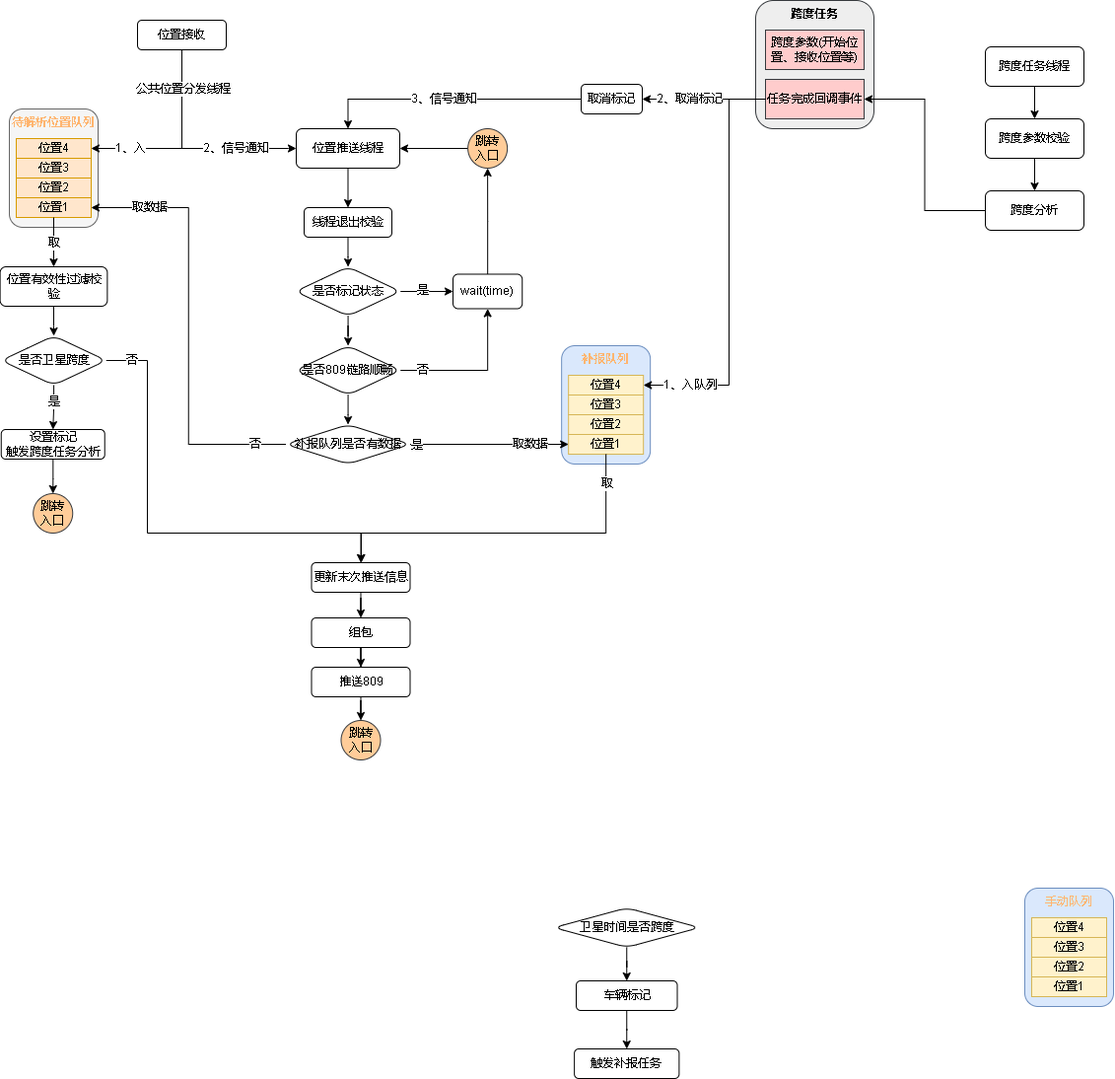
Above: 809数据跨度.drawio.png in xktder/draw (draw.io), before the change. Source tidied: cells renumbered, new cells last; positions are measured from the earlier drawing's top-left corner, leaving out a move shared by most shapes.
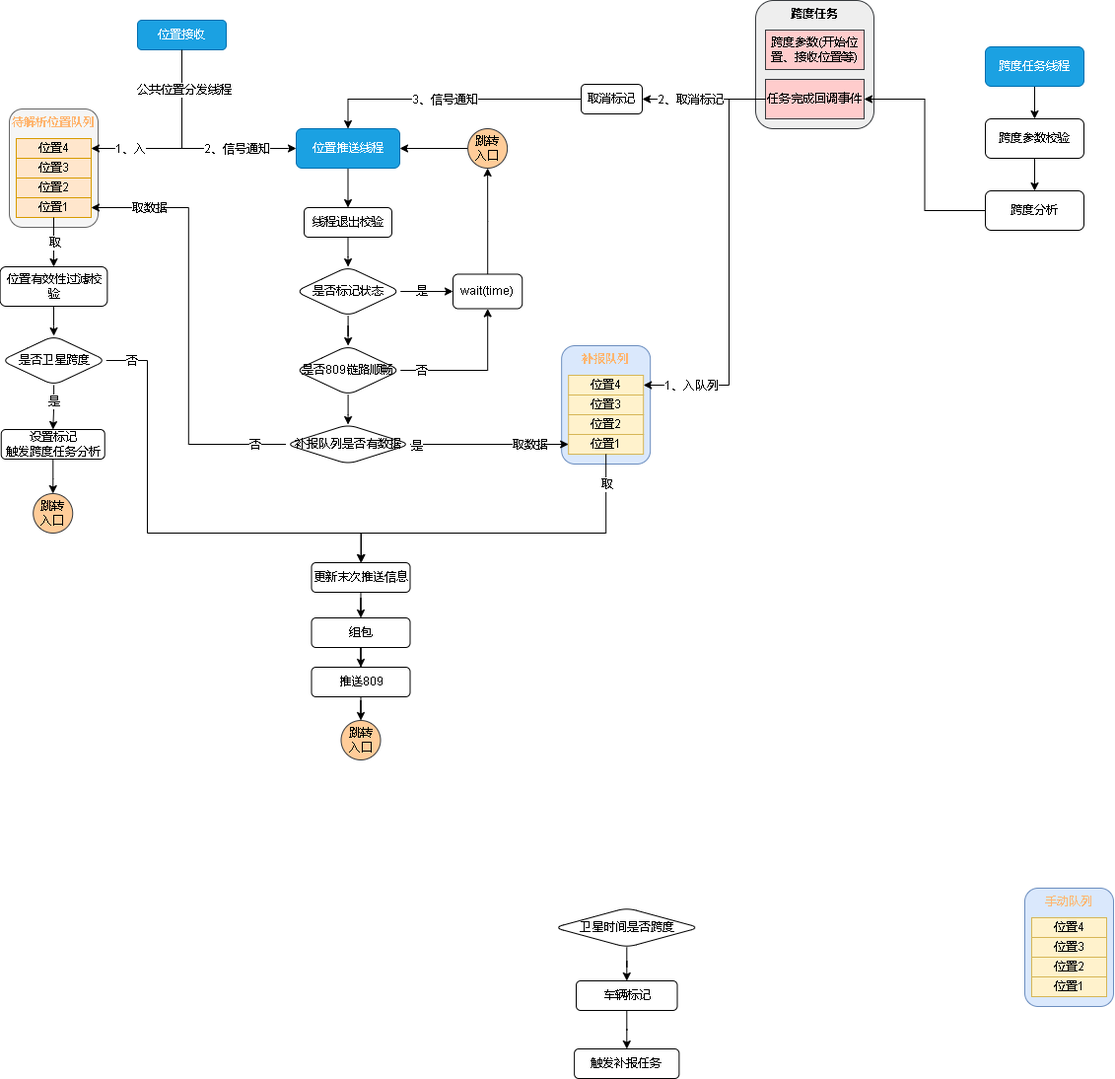
The same diagram one commit later.

Commit message:
更新809数据跨度.drawio.png

The edit, as a diff of the source:
```diff
@@ -15,7 +15,7 @@
         <mxPoint x="-25" as="offset" />
       </mxGeometry>
     </mxCell>
-    <mxCell id="4" value="位置接收" style="rounded=1;whiteSpace=wrap;html=1;" parent="1" vertex="1">
+    <mxCell id="4" value="位置接收" style="rounded=1;whiteSpace=wrap;html=1;fillColor=#1ba1e2;fontColor=#ffffff;strokeColor=#006EAF;" parent="1" vertex="1">
       <mxGeometry x="139" y="20" width="90" height="30" as="geometry" />
     </mxCell>
     <mxCell id="5" style="edgeStyle=orthogonalEdgeStyle;rounded=0;jettySize=auto;html=1;" parent="1" edge="1" source="6" target="8">
@@ -99,7 +99,7 @@
     <mxCell id="29" style="edgeStyle=orthogonalEdgeStyle;rounded=0;jettySize=auto;html=1;entryX=0.5;entryY=0;entryDx=0;entryDy=0;fontColor=#000000;" parent="1" edge="1" source="30" target="38">
       <mxGeometry relative="1" as="geometry" />
     </mxCell>
-    <mxCell id="30" value="位置推送线程" style="rounded=1;whiteSpace=wrap;html=1;fontColor=#000000;" parent="1" vertex="1">
+    <mxCell id="30" value="位置推送线程" style="rounded=1;whiteSpace=wrap;html=1;fontColor=#ffffff;fillColor=#1ba1e2;strokeColor=#006EAF;" parent="1" vertex="1">
       <mxGeometry x="300" y="130" width="105" height="40" as="geometry" />
     </mxCell>
     <mxCell id="31" style="edgeStyle=orthogonalEdgeStyle;rounded=0;jettySize=auto;html=1;fontColor=#000000;" parent="1" edge="1" source="34" target="36">
@@ -306,7 +306,7 @@
     <mxCell id="86" style="edgeStyle=orthogonalEdgeStyle;rounded=0;jettySize=auto;html=1;fontColor=#000000;" parent="1" edge="1" source="87" target="89">
       <mxGeometry relative="1" as="geometry" />
     </mxCell>
-    <mxCell id="87" value="跨度任务线程" style="rounded=1;whiteSpace=wrap;html=1;fontColor=#000000;" parent="1" vertex="1">
+    <mxCell id="87" value="跨度任务线程" style="rounded=1;whiteSpace=wrap;html=1;fontColor=#ffffff;fillColor=#1ba1e2;strokeColor=#006EAF;" parent="1" vertex="1">
       <mxGeometry x="999" y="47" width="100" height="40" as="geometry" />
     </mxCell>
     <mxCell id="88" style="edgeStyle=orthogonalEdgeStyle;rounded=0;jettySize=auto;html=1;fontColor=#000000;" parent="1" edge="1" source="89" target="91">
```
